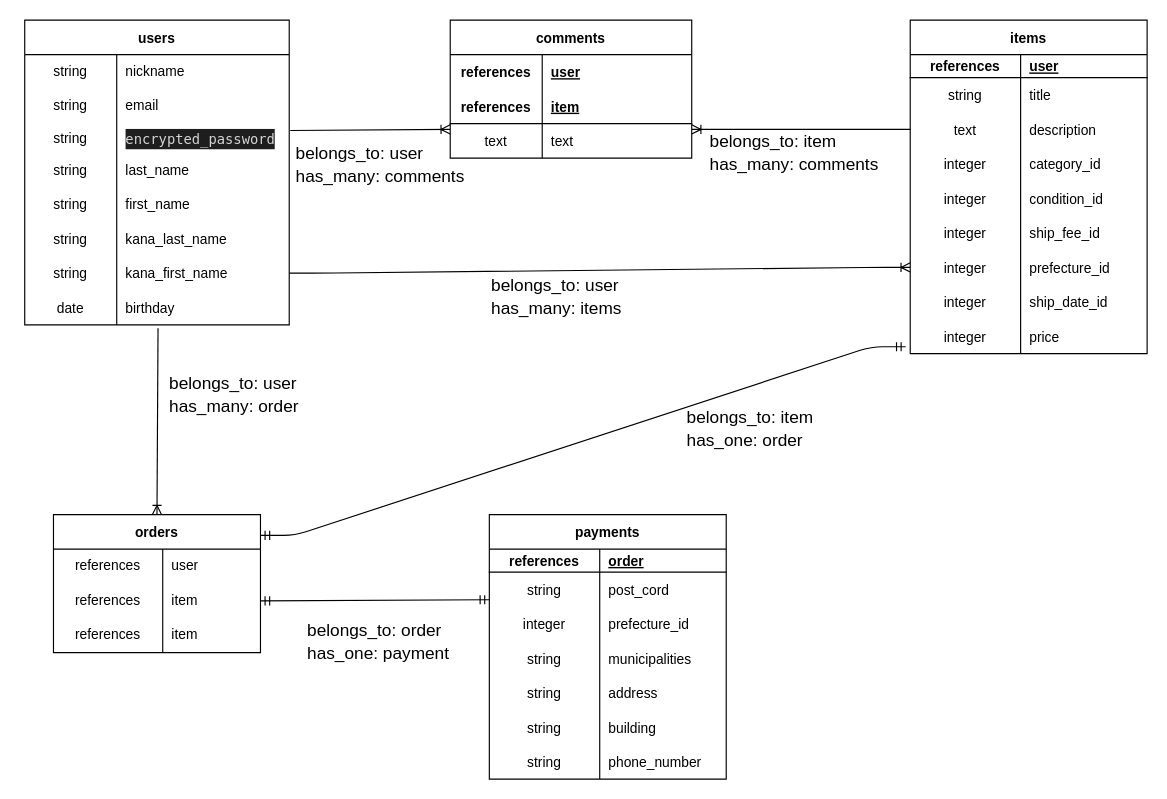
Earlier version of the draw.io diagram furima.dio (Chie555/furima-39010). Source tidied: cells renumbered, new cells numbered last; positions are measured from the earlier drawing's top-left corner, leaving out a move shared by most shapes. Both pictures are drawn from the tidied source at 115%, with x=0, y=0 at pixel (24, 20).
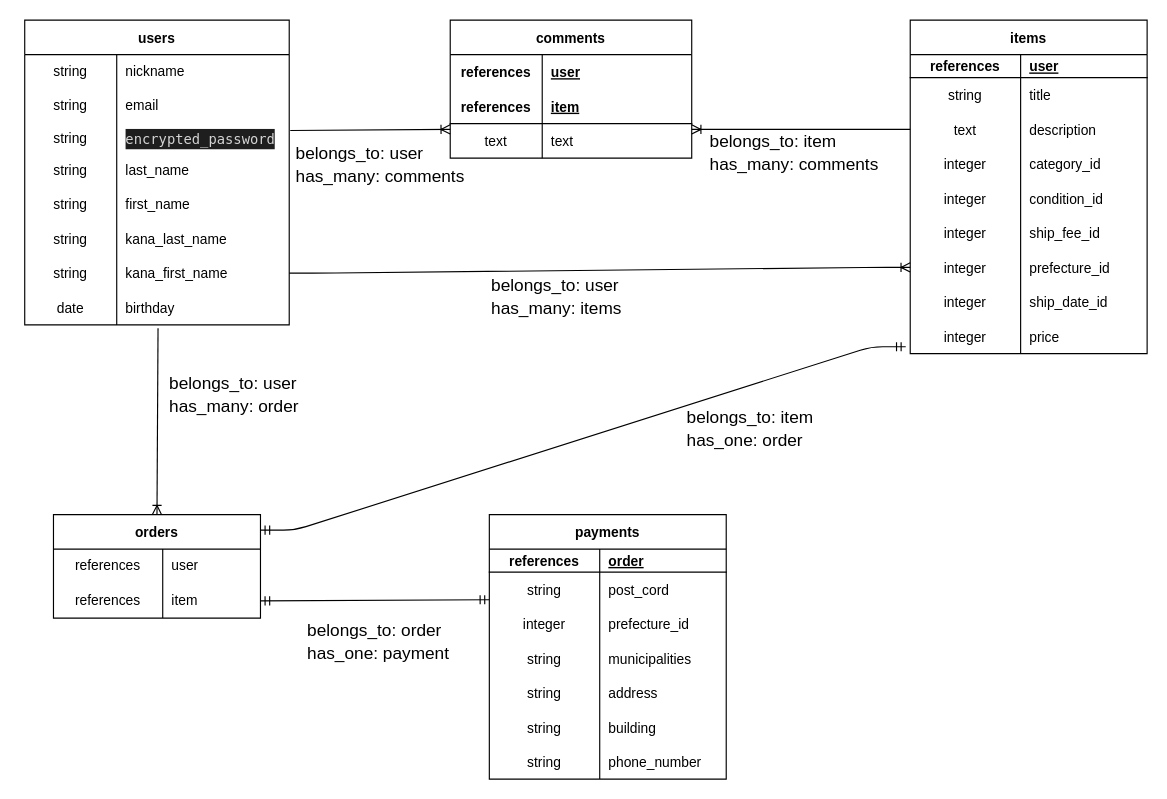
The same diagram, later.

Commit message (it also covers changes not shown here):
データベース設計修正3_3

ER図修正

What changed in the source:
```diff
@@
     <mxCell id="2" value="orders" style="shape=table;startSize=30;childLayout=tableLayout;rowLines=0;fontStyle=1;shadow=0;" parent="1" vertex="1">
-      <mxGeometry x="25" y="430" width="180" height="120" as="geometry" />
+      <mxGeometry x="25" y="430" width="180" height="90" as="geometry" />
     </mxCell>
@@
-    <mxCell id="9" style="shape=tableRow;horizontal=0;startSize=0;swimlaneHead=0;swimlaneBody=0;top=0;left=0;bottom=0;right=0;fillColor=none;shadow=1;" parent="2" vertex="1">
-      <mxGeometry y="90" width="180" height="30" as="geometry" />
-    </mxCell>
-    <mxCell id="10" value="references" style="shape=partialRectangle;html=1;whiteSpace=wrap;fillColor=none;top=0;left=0;bottom=0;right=0;overflow=hidden;shadow=1;" parent="9" vertex="1">
-      <mxGeometry width="95" height="30" as="geometry" />
-    </mxCell>
-    <mxCell id="11" value="item" style="shape=partialRectangle;html=1;whiteSpace=wrap;fillColor=none;top=0;left=0;bottom=0;right=0;align=left;spacingLeft=6;overflow=hidden;shadow=1;" parent="9" vertex="1">
-      <mxGeometry x="95" width="85" height="30" as="geometry" />
-    </mxCell>
```
